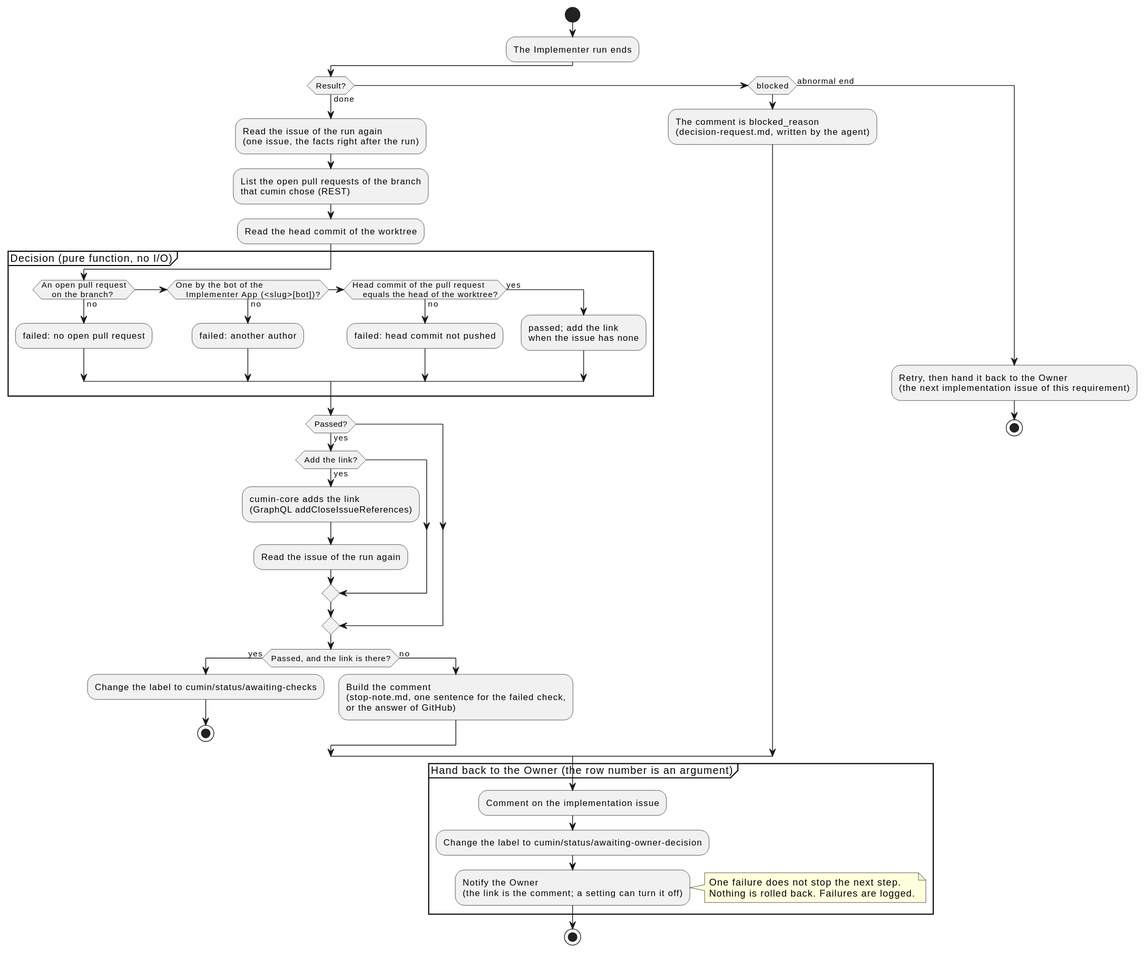
The PlantUML diagram docs/ja/designs/poll-verify.svg in cloveclovedev/cumin-works, before a commit.
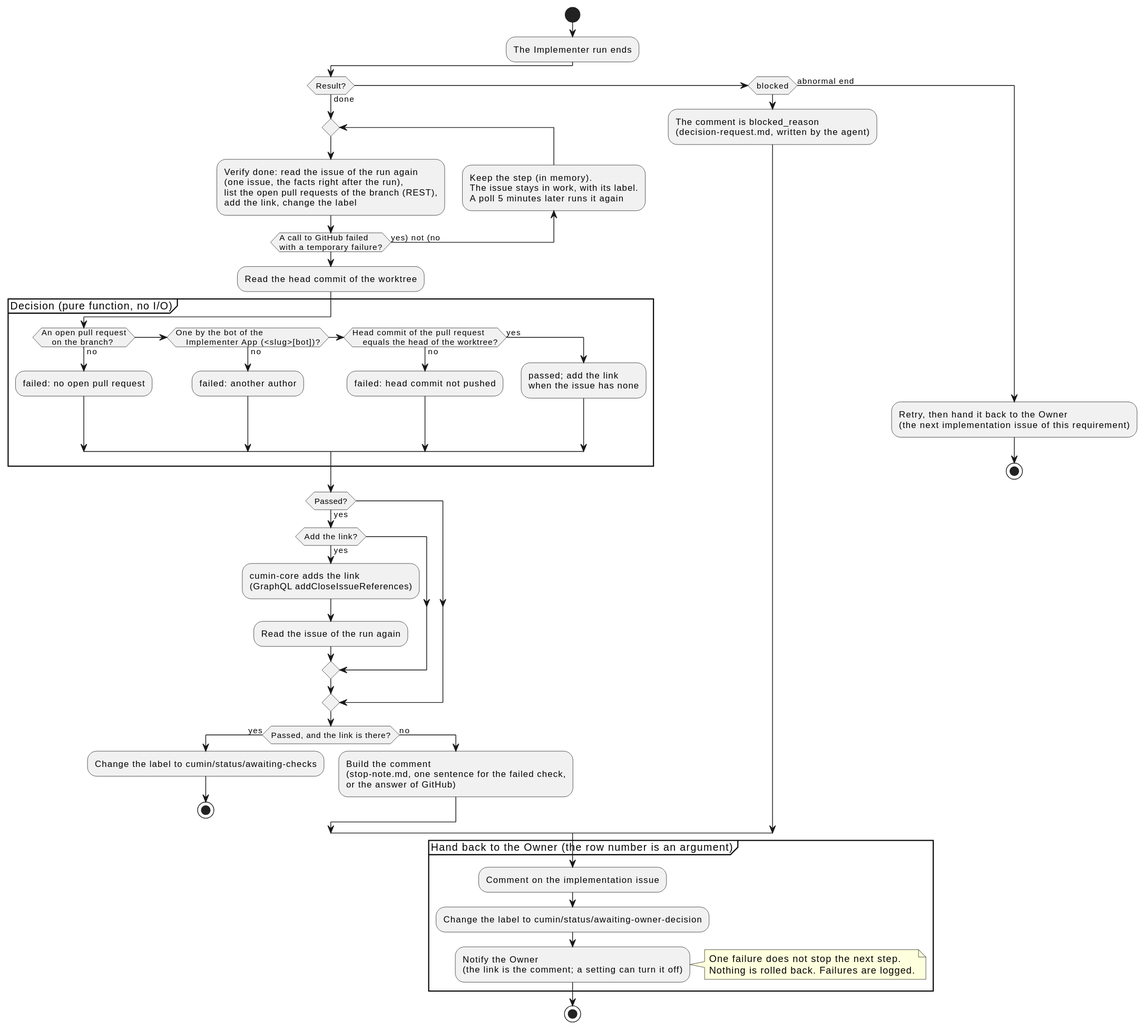
The same diagram one commit later.

Commit message:
docs(designs): describe the kept step of verify done

The edit, as a diff of the source:
```diff
@@ -5,10 +5,16 @@
 start
 :The Implementer run ends;
 if (Result?) then (done)
-  :Read the issue of the run again
-  (one issue, the facts right after the run);
-  :List the open pull requests of the branch
-  that cumin chose (REST);
+  repeat
+    :Verify done: read the issue of the run again
+    (one issue, the facts right after the run),
+    list the open pull requests of the branch (REST),
+    add the link, change the label;
+    backward :Keep the step (in memory).
+    The issue stays in work, with its label.
+    A poll 5 minutes later runs it again;
+  repeat while (A call to GitHub failed
+  with a temporary failure?) is (yes) not (no)
   :Read the head commit of the worktree;
   partition "Decision (pure function, no I/O)" {
     if (An open pull request
```
